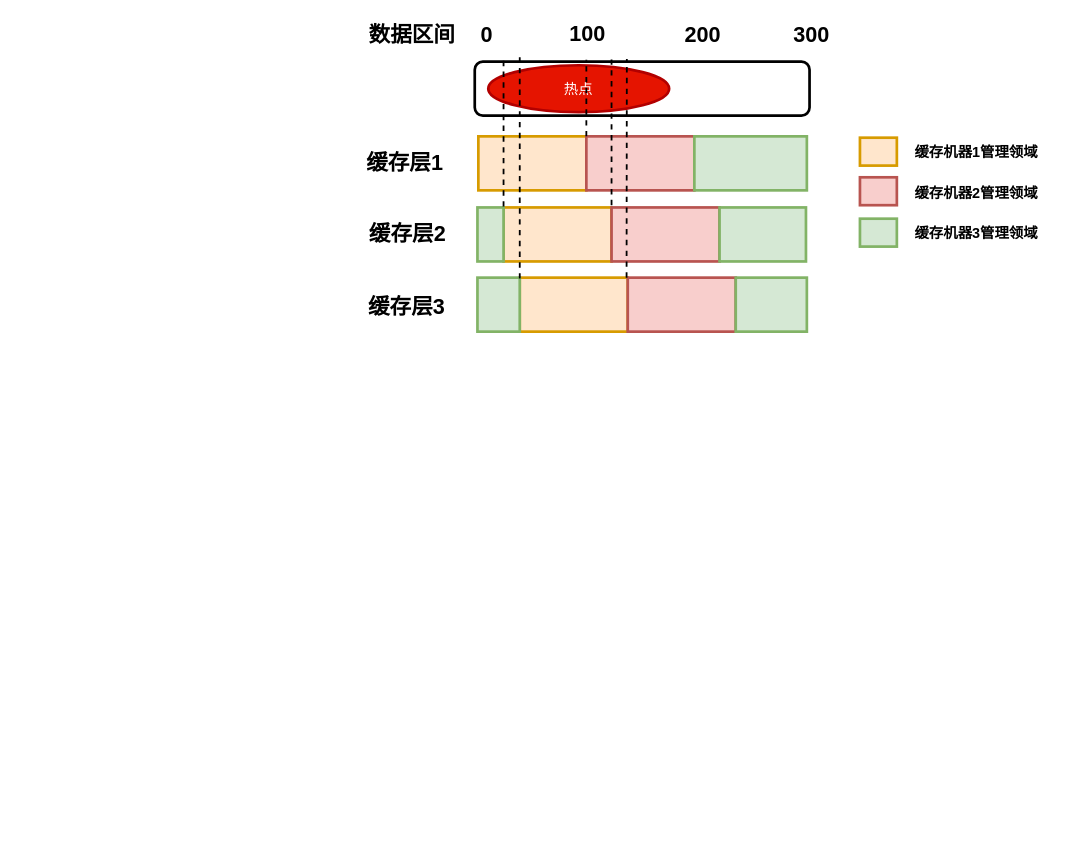
Before: page "第 1 页" (1 of 4) of 未命名绘图.drawio in gettogetto/Flappybird, a draw.io diagram. Source tidied: cells renumbered, new cells numbered last; positions are measured from the earlier drawing's top-left corner, leaving out a move shared by most shapes. Both pictures are drawn from the tidied source at 90%, with x=0, y=0 at pixel (359, 15).
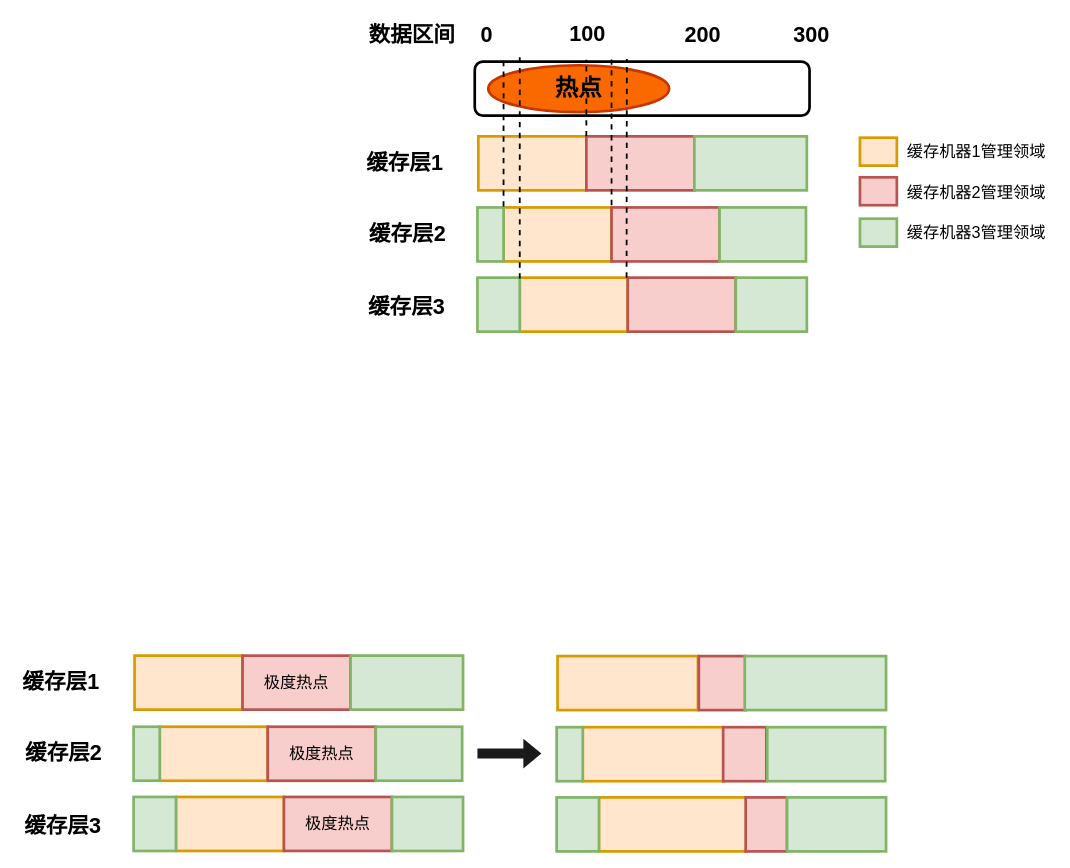
The same diagram, later.

What changed in the source:
```diff
@@
-    <mxCell id="22" value="缓存机器1管理领域" style="text;strokeColor=none;fillColor=none;html=1;fontSize=16;fontStyle=1;verticalAlign=middle;align=center;" parent="1" vertex="1">
+    <mxCell id="22" value="缓存机器1管理领域" style="text;strokeColor=none;fillColor=none;html=1;fontSize=18;fontStyle=0;verticalAlign=middle;align=center;strokeWidth=1;" parent="1" vertex="1">
       <mxGeometry x="597" y="131" width="176" height="40" as="geometry" />
     </mxCell>
@@
-    <mxCell id="24" value="缓存机器2管理领域" style="text;strokeColor=none;fillColor=none;html=1;fontSize=16;fontStyle=1;verticalAlign=middle;align=center;" parent="1" vertex="1">
+    <mxCell id="24" value="缓存机器2管理领域" style="text;strokeColor=none;fillColor=none;html=1;fontSize=18;fontStyle=0;verticalAlign=middle;align=center;strokeWidth=1;" parent="1" vertex="1">
       <mxGeometry x="624.5" y="177" width="121" height="40" as="geometry" />
     </mxCell>
@@
-    <mxCell id="26" value="缓存机器3管理领域" style="text;strokeColor=none;fillColor=none;html=1;fontSize=16;fontStyle=1;verticalAlign=middle;align=center;" parent="1" vertex="1">
+    <mxCell id="26" value="缓存机器3管理领域" style="text;strokeColor=none;fillColor=none;html=1;fontSize=18;fontStyle=0;verticalAlign=middle;align=center;strokeWidth=1;" parent="1" vertex="1">
       <mxGeometry x="624.5" y="221" width="121" height="40" as="geometry" />
     </mxCell>
@@
-    <mxCell id="28" value="热点" style="ellipse;whiteSpace=wrap;html=1;fontSize=16;strokeWidth=3;fillColor=#e51400;strokeColor=#B20000;fontColor=#ffffff;" parent="1" vertex="1">
+    <mxCell id="28" value="&lt;font style=&quot;font-size: 26px&quot; color=&quot;#000000&quot;&gt;&lt;b&gt;热点&lt;/b&gt;&lt;/font&gt;" style="ellipse;whiteSpace=wrap;html=1;fontSize=16;strokeWidth=3;fillColor=#fa6800;strokeColor=#C73500;fontColor=#000000;" parent="1" vertex="1">
       <mxGeometry x="143" y="55" width="201" height="52" as="geometry" />
     </mxCell>
@@
+    <mxCell id="34" style="rounded=0;whiteSpace=wrap;html=1;fillColor=#ffe6cc;strokeWidth=3;strokeColor=#d79b00;" parent="1" vertex="1">
+      <mxGeometry x="-250" y="711" width="120" height="60" as="geometry" />
+    </mxCell>
+    <mxCell id="35" value="&lt;span style=&quot;font-size: 18px;&quot;&gt;极度热点&lt;/span&gt;" style="rounded=0;whiteSpace=wrap;html=1;fillColor=#f8cecc;strokeWidth=3;strokeColor=#b85450;fontSize=18;" parent="1" vertex="1">
+      <mxGeometry x="-130" y="711" width="120" height="60" as="geometry" />
+    </mxCell>
+    <mxCell id="36" style="rounded=0;whiteSpace=wrap;html=1;fillColor=#d5e8d4;strokeWidth=3;strokeColor=#82b366;" parent="1" vertex="1">
+      <mxGeometry x="-10" y="711" width="125" height="60" as="geometry" />
+    </mxCell>
+    <mxCell id="37" value="缓存层1" style="text;strokeColor=none;fillColor=none;html=1;fontSize=24;fontStyle=1;verticalAlign=middle;align=center;" parent="1" vertex="1">
+      <mxGeometry x="-382" y="721" width="100" height="40" as="geometry" />
+    </mxCell>
+    <mxCell id="38" value="缓存层2" style="text;strokeColor=none;fillColor=none;html=1;fontSize=24;fontStyle=1;verticalAlign=middle;align=center;" parent="1" vertex="1">
+      <mxGeometry x="-379" y="800" width="100" height="40" as="geometry" />
+    </mxCell>
+    <mxCell id="39" value="缓存层3" style="text;strokeColor=none;fillColor=none;html=1;fontSize=24;fontStyle=1;verticalAlign=middle;align=center;" parent="1" vertex="1">
+      <mxGeometry x="-380" y="881" width="100" height="40" as="geometry" />
+    </mxCell>
+    <mxCell id="40" style="rounded=0;whiteSpace=wrap;html=1;fillColor=#ffe6cc;strokeWidth=3;strokeColor=#d79b00;" parent="1" vertex="1">
+      <mxGeometry x="-222" y="790" width="120" height="60" as="geometry" />
+    </mxCell>
+    <mxCell id="41" value="&lt;span style=&quot;font-size: 18px;&quot;&gt;极度热点&lt;/span&gt;" style="rounded=0;whiteSpace=wrap;html=1;fillColor=#f8cecc;strokeWidth=3;strokeColor=#b85450;fontSize=18;" parent="1" vertex="1">
+      <mxGeometry x="-102" y="790" width="120" height="60" as="geometry" />
+    </mxCell>
+    <mxCell id="42" style="rounded=0;whiteSpace=wrap;html=1;fillColor=#d5e8d4;strokeWidth=3;strokeColor=#82b366;" parent="1" vertex="1">
+      <mxGeometry x="18" y="790" width="96" height="60" as="geometry" />
+    </mxCell>
+    <mxCell id="43" style="rounded=0;whiteSpace=wrap;html=1;fillColor=#d5e8d4;strokeWidth=3;strokeColor=#82b366;" parent="1" vertex="1">
+      <mxGeometry x="-251" y="790" width="29" height="60" as="geometry" />
+    </mxCell>
+    <mxCell id="44" style="rounded=0;whiteSpace=wrap;html=1;fillColor=#ffe6cc;strokeWidth=3;strokeColor=#d79b00;" parent="1" vertex="1">
+      <mxGeometry x="-204" y="868" width="120" height="60" as="geometry" />
+    </mxCell>
+    <mxCell id="45" value="&lt;span style=&quot;font-size: 18px;&quot;&gt;极度热点&lt;/span&gt;" style="rounded=0;whiteSpace=wrap;html=1;fillColor=#f8cecc;strokeWidth=3;strokeColor=#b85450;fontSize=18;" parent="1" vertex="1">
+      <mxGeometry x="-84" y="868" width="120" height="60" as="geometry" />
+    </mxCell>
+    <mxCell id="46" style="rounded=0;whiteSpace=wrap;html=1;fillColor=#d5e8d4;strokeWidth=3;strokeColor=#82b366;" parent="1" vertex="1">
+      <mxGeometry x="36" y="868" width="79" height="60" as="geometry" />
+    </mxCell>
+    <mxCell id="47" style="rounded=0;whiteSpace=wrap;html=1;fillColor=#d5e8d4;strokeWidth=3;strokeColor=#82b366;" parent="1" vertex="1">
+      <mxGeometry x="-251" y="868" width="47" height="60" as="geometry" />
+    </mxCell>
+    <mxCell id="48" style="rounded=0;whiteSpace=wrap;html=1;fillColor=#ffe6cc;strokeWidth=3;strokeColor=#d79b00;" parent="1" vertex="1">
+      <mxGeometry x="220" y="711.5" width="156" height="60" as="geometry" />
+    </mxCell>
+    <mxCell id="49" style="rounded=0;whiteSpace=wrap;html=1;fillColor=#f8cecc;strokeWidth=3;strokeColor=#b85450;fontSize=18;" parent="1" vertex="1">
+      <mxGeometry x="377" y="711.5" width="52" height="60" as="geometry" />
+    </mxCell>
+    <mxCell id="50" style="rounded=0;whiteSpace=wrap;html=1;fillColor=#d5e8d4;strokeWidth=3;strokeColor=#82b366;" parent="1" vertex="1">
+      <mxGeometry x="428" y="711.5" width="157" height="60" as="geometry" />
+    </mxCell>
+    <mxCell id="51" style="rounded=0;whiteSpace=wrap;html=1;fillColor=#ffe6cc;strokeWidth=3;strokeColor=#d79b00;" parent="1" vertex="1">
+      <mxGeometry x="248" y="790.5" width="157" height="60" as="geometry" />
+    </mxCell>
+    <mxCell id="52" style="rounded=0;whiteSpace=wrap;html=1;fillColor=#f8cecc;strokeWidth=3;strokeColor=#b85450;fontSize=18;" parent="1" vertex="1">
+      <mxGeometry x="404" y="790.5" width="48" height="60" as="geometry" />
+    </mxCell>
+    <mxCell id="53" style="rounded=0;whiteSpace=wrap;html=1;fillColor=#d5e8d4;strokeWidth=3;strokeColor=#82b366;" parent="1" vertex="1">
+      <mxGeometry x="453" y="790.5" width="131" height="60" as="geometry" />
+    </mxCell>
+    <mxCell id="54" style="rounded=0;whiteSpace=wrap;html=1;fillColor=#d5e8d4;strokeWidth=3;strokeColor=#82b366;" parent="1" vertex="1">
+      <mxGeometry x="219" y="790.5" width="29" height="60" as="geometry" />
+    </mxCell>
+    <mxCell id="55" style="rounded=0;whiteSpace=wrap;html=1;fillColor=#ffe6cc;strokeWidth=3;strokeColor=#d79b00;" parent="1" vertex="1">
+      <mxGeometry x="266" y="868.5" width="164" height="60" as="geometry" />
+    </mxCell>
+    <mxCell id="56" style="rounded=0;whiteSpace=wrap;html=1;fillColor=#f8cecc;strokeWidth=3;strokeColor=#b85450;fontSize=18;" parent="1" vertex="1">
+      <mxGeometry x="429" y="868.5" width="46" height="60" as="geometry" />
+    </mxCell>
+    <mxCell id="57" style="rounded=0;whiteSpace=wrap;html=1;fillColor=#d5e8d4;strokeWidth=3;strokeColor=#82b366;" parent="1" vertex="1">
+      <mxGeometry x="475" y="868.5" width="110" height="60" as="geometry" />
+    </mxCell>
+    <mxCell id="58" style="rounded=0;whiteSpace=wrap;html=1;fillColor=#d5e8d4;strokeWidth=3;strokeColor=#82b366;" parent="1" vertex="1">
+      <mxGeometry x="219" y="868.5" width="47" height="60" as="geometry" />
+    </mxCell>
+    <mxCell id="59" style="shape=flexArrow;endArrow=classic;html=1;fontSize=18;fontColor=#4D4D4D;strokeWidth=2;fillColor=#1A1A1A;strokeColor=none;" parent="1" edge="1">
+      <mxGeometry relative="1" as="geometry">
+        <mxPoint x="130" y="819.8" as="sourcePoint" />
+        <mxPoint x="203" y="819.8" as="targetPoint" />
+      </mxGeometry>
+    </mxCell>
```
